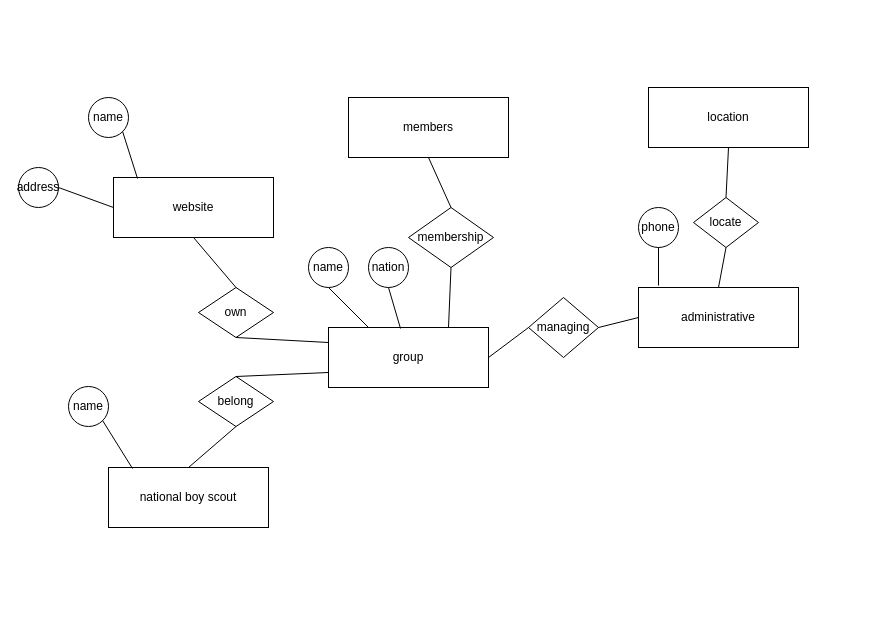
mohsenshahii/database keeps this draw.io diagram as scout_Diagram.drawio. Above is the earlier version. Source tidied: cells renumbered, new cells numbered last; positions are measured from the earlier drawing's top-left corner, leaving out a move shared by most shapes. Both pictures are drawn from the tidied source at 100%, with x=0, y=0 at pixel (18, 87).
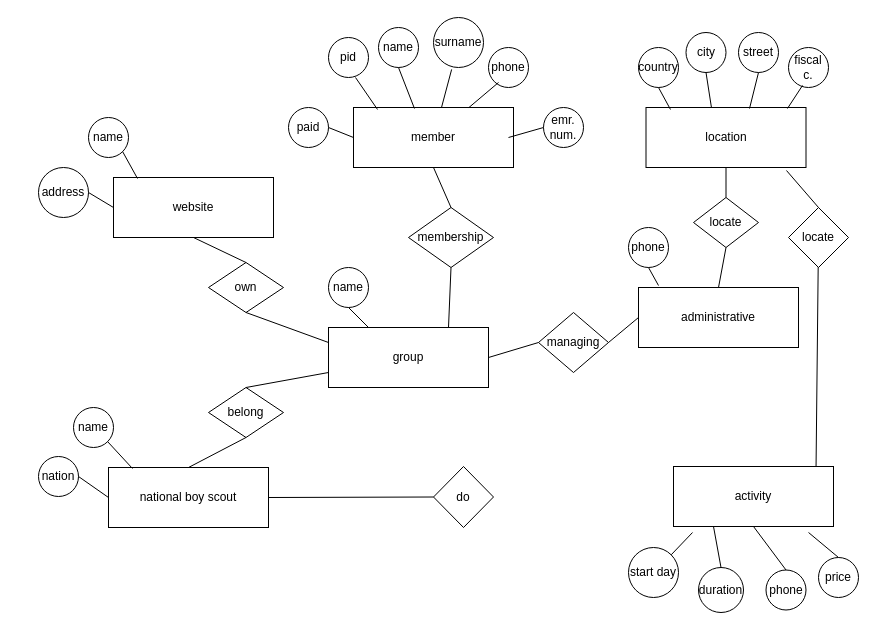
Above is the later version.

Unchanged cells that the change refers to:
```xml
<mxCell id="3" value="group" style="rounded=0;whiteSpace=wrap;html=1;" parent="1" vertex="1">
  <mxGeometry x="310" y="240" width="160" height="60" as="geometry" />
</mxCell>
<mxCell id="26" value="national boy scout" style="rounded=0;whiteSpace=wrap;html=1;" parent="1" vertex="1">
  <mxGeometry x="90" y="380" width="160" height="60" as="geometry" />
</mxCell>
```

The edit, as a diff of the source:
```diff
@@
     <mxCell id="5" value="name" style="ellipse;whiteSpace=wrap;html=1;" parent="1" vertex="1">
-      <mxGeometry x="290" y="160" width="40" height="40" as="geometry" />
+      <mxGeometry x="310" y="180" width="40" height="40" as="geometry" />
     </mxCell>
@@
     <mxCell id="7" value="own" style="rhombus;whiteSpace=wrap;html=1;" parent="1" vertex="1">
-      <mxGeometry x="180" y="200" width="75" height="50" as="geometry" />
+      <mxGeometry x="190" y="175" width="75" height="50" as="geometry" />
     </mxCell>
     <mxCell id="8" value="name" style="ellipse;whiteSpace=wrap;html=1;" parent="1" vertex="1">
-      <mxGeometry x="70" y="10" width="40" height="40" as="geometry" />
+      <mxGeometry x="70" y="30" width="40" height="40" as="geometry" />
     </mxCell>
@@
     <mxCell id="10" value="address" style="ellipse;whiteSpace=wrap;html=1;" parent="1" vertex="1">
-      <mxGeometry y="80" width="40" height="40" as="geometry" />
+      <mxGeometry x="20" y="80" width="50" height="50" as="geometry" />
     </mxCell>
@@
     <mxCell id="13" value="managing" style="rhombus;whiteSpace=wrap;html=1;" parent="1" vertex="1">
-      <mxGeometry x="510" y="210" width="70" height="60" as="geometry" />
+      <mxGeometry x="520" y="225" width="70" height="60" as="geometry" />
     </mxCell>
@@
     <mxCell id="18" value="phone" style="ellipse;whiteSpace=wrap;html=1;" parent="1" vertex="1">
-      <mxGeometry x="620" y="120" width="40" height="40" as="geometry" />
+      <mxGeometry x="610" y="140" width="40" height="40" as="geometry" />
     </mxCell>
@@
     <mxCell id="20" value="location" style="rounded=0;whiteSpace=wrap;html=1;" parent="1" vertex="1">
-      <mxGeometry x="630" width="160" height="60" as="geometry" />
+      <mxGeometry x="627.5" y="20" width="160" height="60" as="geometry" />
     </mxCell>
@@
-    <mxCell id="24" value="nation" style="ellipse;whiteSpace=wrap;html=1;" parent="1" vertex="1">
-      <mxGeometry x="350" y="160" width="40" height="40" as="geometry" />
-    </mxCell>
-    <mxCell id="25" style="endArrow=none;html=1;rounded=0;entryX=0.5;entryY=1;entryDx=0;entryDy=0;exitX=0.45;exitY=0.017;exitDx=0;exitDy=0;exitPerimeter=0;" parent="1" edge="1" source="3" target="24">
-      <mxGeometry relative="1" as="geometry" />
-    </mxCell>
@@
     <mxCell id="27" value="belong" style="rhombus;whiteSpace=wrap;html=1;" parent="1" vertex="1">
-      <mxGeometry x="180" y="289" width="75" height="50" as="geometry" />
+      <mxGeometry x="190" y="300" width="75" height="50" as="geometry" />
     </mxCell>
@@
     <mxCell id="30" value="name" style="ellipse;whiteSpace=wrap;html=1;" parent="1" vertex="1">
-      <mxGeometry x="50" y="299" width="40" height="40" as="geometry" />
+      <mxGeometry x="55" y="320" width="40" height="40" as="geometry" />
     </mxCell>
@@
-    <mxCell id="32" value="members" style="rounded=0;whiteSpace=wrap;html=1;" parent="1" vertex="1">
-      <mxGeometry x="330" y="10" width="160" height="60" as="geometry" />
+    <mxCell id="32" value="member" style="rounded=0;whiteSpace=wrap;html=1;" parent="1" vertex="1">
+      <mxGeometry x="335" y="20" width="160" height="60" as="geometry" />
     </mxCell>
@@
+    <mxCell id="36" value="pid" style="ellipse;whiteSpace=wrap;html=1;" parent="1" vertex="1">
+      <mxGeometry x="310" y="-50" width="40" height="40" as="geometry" />
+    </mxCell>
+    <mxCell id="37" style="endArrow=none;html=1;rounded=0;entryX=0.675;entryY=1;entryDx=0;entryDy=0;entryPerimeter=0;exitX=0.15;exitY=0.033;exitDx=0;exitDy=0;exitPerimeter=0;" parent="1" edge="1" source="32" target="36">
+      <mxGeometry relative="1" as="geometry" />
+    </mxCell>
+    <mxCell id="38" value="name" style="ellipse;whiteSpace=wrap;html=1;" parent="1" vertex="1">
+      <mxGeometry x="360" y="-60" width="40" height="40" as="geometry" />
+    </mxCell>
+    <mxCell id="39" style="endArrow=none;html=1;rounded=0;entryX=0.5;entryY=1;entryDx=0;entryDy=0;exitX=0.381;exitY=0.017;exitDx=0;exitDy=0;exitPerimeter=0;" parent="1" edge="1" source="32" target="38">
+      <mxGeometry relative="1" as="geometry" />
+    </mxCell>
+    <mxCell id="40" value="surname" style="ellipse;whiteSpace=wrap;html=1;" parent="1" vertex="1">
+      <mxGeometry x="415" y="-70" width="50" height="50" as="geometry" />
+    </mxCell>
+    <mxCell id="41" style="endArrow=none;html=1;rounded=0;entryX=0.363;entryY=1.038;entryDx=0;entryDy=0;entryPerimeter=0;" parent="1" edge="1" source="32" target="40">
+      <mxGeometry relative="1" as="geometry" />
+    </mxCell>
+    <mxCell id="42" value="paid" style="ellipse;whiteSpace=wrap;html=1;" parent="1" vertex="1">
+      <mxGeometry x="270" y="20" width="40" height="40" as="geometry" />
+    </mxCell>
+    <mxCell id="43" style="endArrow=none;html=1;rounded=0;entryX=0;entryY=0.5;entryDx=0;entryDy=0;exitX=1;exitY=0.5;exitDx=0;exitDy=0;" parent="1" edge="1" source="42" target="32">
+      <mxGeometry relative="1" as="geometry" />
+    </mxCell>
+    <mxCell id="44" value="phone" style="ellipse;whiteSpace=wrap;html=1;" parent="1" vertex="1">
+      <mxGeometry x="470" y="-40" width="40" height="40" as="geometry" />
+    </mxCell>
+    <mxCell id="45" style="endArrow=none;html=1;rounded=0;entryX=0.25;entryY=0.875;entryDx=0;entryDy=0;entryPerimeter=0;" parent="1" edge="1" source="32" target="44">
+      <mxGeometry relative="1" as="geometry" />
+    </mxCell>
+    <mxCell id="46" value="emr. num." style="ellipse;whiteSpace=wrap;html=1;" parent="1" vertex="1">
+      <mxGeometry x="525" y="20" width="40" height="40" as="geometry" />
+    </mxCell>
+    <mxCell id="47" style="endArrow=none;html=1;rounded=0;entryX=0;entryY=0.5;entryDx=0;entryDy=0;" parent="1" edge="1" target="46">
+      <mxGeometry relative="1" as="geometry">
+        <mxPoint x="490" y="50" as="sourcePoint" />
+      </mxGeometry>
+    </mxCell>
+    <mxCell id="48" value="country" style="ellipse;whiteSpace=wrap;html=1;" parent="1" vertex="1">
+      <mxGeometry x="620" y="-40" width="40" height="40" as="geometry" />
+    </mxCell>
+    <mxCell id="49" style="endArrow=none;html=1;rounded=0;entryX=0.5;entryY=1;entryDx=0;entryDy=0;exitX=0.153;exitY=0.033;exitDx=0;exitDy=0;exitPerimeter=0;" parent="1" edge="1" source="20" target="48">
+      <mxGeometry relative="1" as="geometry" />
+    </mxCell>
+    <mxCell id="50" value="city" style="ellipse;whiteSpace=wrap;html=1;" parent="1" vertex="1">
+      <mxGeometry x="667.5" y="-55" width="40" height="40" as="geometry" />
+    </mxCell>
+    <mxCell id="51" style="endArrow=none;html=1;rounded=0;entryX=0.409;entryY=0;entryDx=0;entryDy=0;entryPerimeter=0;exitX=0.5;exitY=1;exitDx=0;exitDy=0;" parent="1" edge="1" source="50" target="20">
+      <mxGeometry relative="1" as="geometry" />
+    </mxCell>
+    <mxCell id="52" value="street" style="ellipse;whiteSpace=wrap;html=1;" parent="1" vertex="1">
+      <mxGeometry x="720" y="-55" width="40" height="40" as="geometry" />
+    </mxCell>
+    <mxCell id="53" style="endArrow=none;html=1;rounded=0;entryX=0.5;entryY=1;entryDx=0;entryDy=0;exitX=0.647;exitY=0.017;exitDx=0;exitDy=0;exitPerimeter=0;" parent="1" edge="1" source="20" target="52">
+      <mxGeometry relative="1" as="geometry" />
+    </mxCell>
+    <mxCell id="54" value="fiscal c." style="ellipse;whiteSpace=wrap;html=1;" parent="1" vertex="1">
+      <mxGeometry x="770" y="-40" width="40" height="40" as="geometry" />
+    </mxCell>
+    <mxCell id="55" style="endArrow=none;html=1;rounded=0;entryX=0.35;entryY=0.95;entryDx=0;entryDy=0;entryPerimeter=0;exitX=0.884;exitY=0.017;exitDx=0;exitDy=0;exitPerimeter=0;" parent="1" edge="1" source="20" target="54">
+      <mxGeometry relative="1" as="geometry" />
+    </mxCell>
+    <mxCell id="24" value="nation" style="ellipse;whiteSpace=wrap;html=1;" parent="1" vertex="1">
+      <mxGeometry x="20" y="369" width="40" height="40" as="geometry" />
+    </mxCell>
+    <mxCell id="56" style="endArrow=none;html=1;rounded=0;entryX=1;entryY=0.5;entryDx=0;entryDy=0;exitX=0;exitY=0.5;exitDx=0;exitDy=0;" parent="1" edge="1" source="26" target="24">
+      <mxGeometry relative="1" as="geometry" />
+    </mxCell>
+    <mxCell id="57" value="activity" style="rounded=0;whiteSpace=wrap;html=1;" parent="1" vertex="1">
+      <mxGeometry x="655" y="379" width="160" height="60" as="geometry" />
+    </mxCell>
+    <mxCell id="58" style="endArrow=none;html=1;rounded=0;exitX=0.891;exitY=0;exitDx=0;exitDy=0;exitPerimeter=0;" parent="1" edge="1" source="57" target="59">
+      <mxGeometry relative="1" as="geometry" />
+    </mxCell>
+    <mxCell id="59" value="locate" style="rhombus;whiteSpace=wrap;html=1;" parent="1" vertex="1">
+      <mxGeometry x="770" y="120" width="60" height="60" as="geometry" />
+    </mxCell>
+    <mxCell id="60" style="endArrow=none;html=1;rounded=0;entryX=0.878;entryY=1.05;entryDx=0;entryDy=0;entryPerimeter=0;exitX=0.5;exitY=0;exitDx=0;exitDy=0;" parent="1" edge="1" source="59" target="20">
+      <mxGeometry relative="1" as="geometry" />
+    </mxCell>
+    <mxCell id="61" value="start day" style="ellipse;whiteSpace=wrap;html=1;" parent="1" vertex="1">
+      <mxGeometry x="610" y="460" width="50" height="50" as="geometry" />
+    </mxCell>
+    <mxCell id="62" value="duration" style="ellipse;whiteSpace=wrap;html=1;" parent="1" vertex="1">
+      <mxGeometry x="680" y="480" width="45" height="45" as="geometry" />
+    </mxCell>
+    <mxCell id="63" value="phone" style="ellipse;whiteSpace=wrap;html=1;" parent="1" vertex="1">
+      <mxGeometry x="747.5" y="482.5" width="40" height="40" as="geometry" />
+    </mxCell>
+    <mxCell id="64" value="price" style="ellipse;whiteSpace=wrap;html=1;" parent="1" vertex="1">
+      <mxGeometry x="800" y="470" width="40" height="40" as="geometry" />
+    </mxCell>
+    <mxCell id="65" style="endArrow=none;html=1;rounded=0;exitX=1;exitY=0;exitDx=0;exitDy=0;entryX=0.119;entryY=1.1;entryDx=0;entryDy=0;entryPerimeter=0;" parent="1" edge="1" source="61" target="57">
+      <mxGeometry relative="1" as="geometry" />
+    </mxCell>
+    <mxCell id="66" style="endArrow=none;html=1;rounded=0;exitX=0.5;exitY=0;exitDx=0;exitDy=0;entryX=0.25;entryY=1;entryDx=0;entryDy=0;" parent="1" edge="1" source="62" target="57">
+      <mxGeometry relative="1" as="geometry" />
+    </mxCell>
+    <mxCell id="67" style="endArrow=none;html=1;rounded=0;exitX=0.5;exitY=0;exitDx=0;exitDy=0;entryX=0.5;entryY=1;entryDx=0;entryDy=0;" parent="1" edge="1" source="63" target="57">
+      <mxGeometry relative="1" as="geometry" />
+    </mxCell>
+    <mxCell id="68" style="endArrow=none;html=1;rounded=0;exitX=0.5;exitY=0;exitDx=0;exitDy=0;entryX=0.844;entryY=1.1;entryDx=0;entryDy=0;entryPerimeter=0;" parent="1" edge="1" source="64" target="57">
+      <mxGeometry relative="1" as="geometry" />
+    </mxCell>
+    <mxCell id="69" value="do" style="rhombus;whiteSpace=wrap;html=1;" parent="1" vertex="1">
+      <mxGeometry x="415" y="379" width="60" height="61" as="geometry" />
+    </mxCell>
+    <mxCell id="70" style="endArrow=none;html=1;rounded=0;exitX=1;exitY=0.5;exitDx=0;exitDy=0;entryX=0;entryY=0.5;entryDx=0;entryDy=0;" parent="1" edge="1" source="26" target="69">
+      <mxGeometry relative="1" as="geometry" />
+    </mxCell>
```
